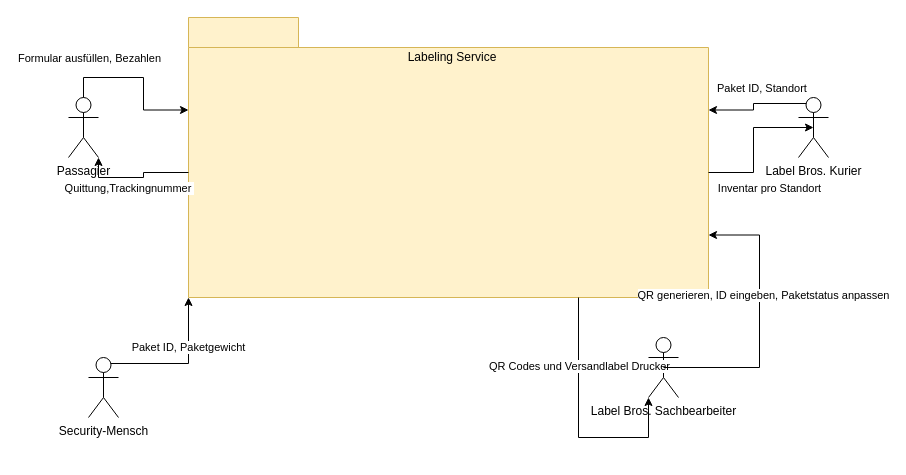
This is lb_system-diagramm.drawio from ferreric/ffhs_swem, a draw.io file, before an edit. Source tidied: cells renumbered, new cells numbered last; positions are measured from the earlier drawing's top-left corner, leaving out a move shared by most shapes. Both pictures are drawn from the tidied source at 100%, with x=0, y=0 at pixel (68, 17).
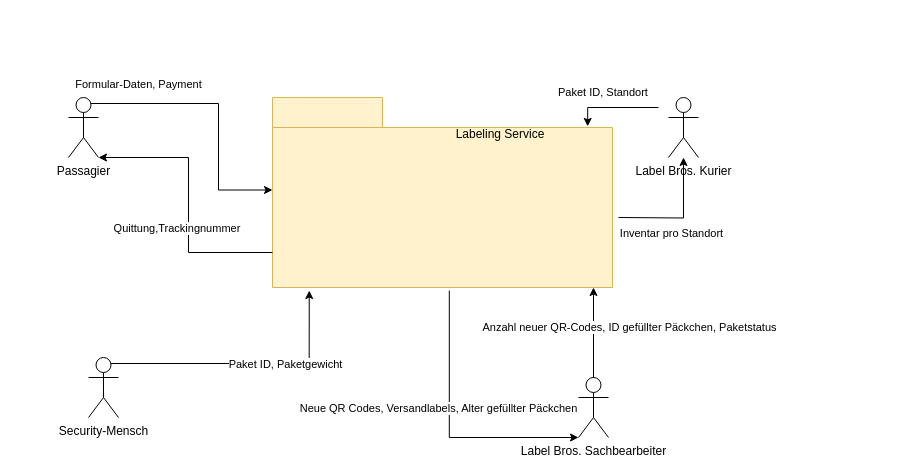
After the change.

Commit message:
lb_system-diagramm.drawio Pfeile verschönert

The change refers to these unchanged cells:
```xml
<mxCell id="4" value="Passagier" style="shape=umlActor;verticalLabelPosition=bottom;verticalAlign=top;html=1;" parent="1" vertex="1">
  <mxGeometry y="80" width="30" height="60" as="geometry" />
</mxCell>
<mxCell id="5" value="Security-Mensch" style="shape=umlActor;verticalLabelPosition=bottom;verticalAlign=top;html=1;" parent="1" vertex="1">
  <mxGeometry x="20" y="340" width="30" height="60" as="geometry" />
</mxCell>
```

The edit, as a diff of the source:
```diff
@@
     <mxCell id="2" style="shape=folder;fontStyle=1;tabWidth=110;tabHeight=30;tabPosition=left;html=1;boundedLbl=1;labelInHeader=1;whiteSpace=wrap;fillColor=#fff2cc;strokeColor=#d6b656;" parent="1" vertex="1">
-      <mxGeometry x="120" width="520" height="280" as="geometry" />
+      <mxGeometry x="204" y="80" width="340" height="190" as="geometry" />
     </mxCell>
     <mxCell id="3" value="Labeling Service" style="html=1;strokeColor=none;fillColor=none;whiteSpace=wrap;" parent="2" vertex="1">
-      <mxGeometry width="208" height="20" relative="1" as="geometry">
+      <mxGeometry width="136" height="13.57" relative="1" as="geometry">
         <mxPoint x="160" y="30" as="offset" />
       </mxGeometry>
     </mxCell>
@@
     <mxCell id="6" value="Label Bros. Kurier&lt;br&gt;" style="shape=umlActor;verticalLabelPosition=bottom;verticalAlign=top;html=1;" parent="1" vertex="1">
-      <mxGeometry x="730" y="80" width="30" height="60" as="geometry" />
+      <mxGeometry x="600" y="80" width="30" height="60" as="geometry" />
     </mxCell>
     <mxCell id="7" value="Label Bros. Sachbearbeiter&lt;br&gt;" style="shape=umlActor;verticalLabelPosition=bottom;verticalAlign=top;html=1;" parent="1" vertex="1">
-      <mxGeometry x="580" y="320" width="30" height="60" as="geometry" />
+      <mxGeometry x="510" y="360" width="30" height="60" as="geometry" />
     </mxCell>
-    <mxCell id="8" style="edgeStyle=orthogonalEdgeStyle;rounded=0;jettySize=auto;html=1;exitX=0.75;exitY=0.1;exitDx=0;exitDy=0;exitPerimeter=0;entryX=0;entryY=0;entryDx=0;entryDy=280;entryPerimeter=0;" parent="1" edge="1" source="5" target="2">
+    <mxCell id="8" style="edgeStyle=orthogonalEdgeStyle;rounded=0;jettySize=auto;html=1;exitX=0.75;exitY=0.1;exitDx=0;exitDy=0;exitPerimeter=0;entryX=0.108;entryY=1.016;entryDx=0;entryDy=0;entryPerimeter=0;" parent="1" edge="1" source="5" target="2">
       <mxGeometry relative="1" as="geometry" />
     </mxCell>
@@
-    <mxCell id="10" style="edgeStyle=orthogonalEdgeStyle;rounded=0;jettySize=auto;html=1;exitX=0.5;exitY=0;exitDx=0;exitDy=0;exitPerimeter=0;entryX=0;entryY=0;entryDx=0;entryDy=92.5;entryPerimeter=0;" parent="1" edge="1" source="4" target="2">
-      <mxGeometry relative="1" as="geometry" />
+    <mxCell id="10" style="edgeStyle=orthogonalEdgeStyle;rounded=0;jettySize=auto;html=1;exitX=0.75;exitY=0.1;exitDx=0;exitDy=0;exitPerimeter=0;entryX=0;entryY=0;entryDx=0;entryDy=92.5;entryPerimeter=0;" parent="1" edge="1" source="4" target="2">
+      <mxGeometry relative="1" as="geometry">
+        <Array as="points">
+          <mxPoint x="150" y="86" />
+          <mxPoint x="150" y="172" />
+        </Array>
+      </mxGeometry>
     </mxCell>
-    <mxCell id="11" value="Formular ausfüllen, Bezahlen" style="edgeLabel;html=1;align=center;verticalAlign=middle;" parent="10" vertex="1">
+    <mxCell id="11" value="Formular-Daten, Payment" style="edgeLabel;html=1;align=center;verticalAlign=middle;" parent="10" vertex="1">
       <mxGeometry x="-0.6" y="-2" relative="1" as="geometry">
         <mxPoint x="-7" y="-22" as="offset" />
       </mxGeometry>
     </mxCell>
     <mxCell id="12" style="edgeStyle=orthogonalEdgeStyle;rounded=0;jettySize=auto;html=1;exitX=0;exitY=0;exitDx=0;exitDy=155;exitPerimeter=0;entryX=1;entryY=1;entryDx=0;entryDy=0;entryPerimeter=0;" parent="1" edge="1" source="2" target="4">
-      <mxGeometry relative="1" as="geometry" />
+      <mxGeometry relative="1" as="geometry">
+        <Array as="points">
+          <mxPoint x="120" y="140" />
+        </Array>
+      </mxGeometry>
     </mxCell>
@@
-    <mxCell id="14" style="edgeStyle=orthogonalEdgeStyle;rounded=0;jettySize=auto;html=1;exitX=0.25;exitY=0.1;exitDx=0;exitDy=0;exitPerimeter=0;entryX=0;entryY=0;entryDx=520;entryDy=92.5;entryPerimeter=0;" parent="1" edge="1" source="6" target="2">
-      <mxGeometry relative="1" as="geometry" />
+    <mxCell id="14" style="edgeStyle=orthogonalEdgeStyle;rounded=0;jettySize=auto;html=1;entryX=0.927;entryY=0.152;entryDx=0;entryDy=0;entryPerimeter=0;" parent="1" edge="1" target="2">
+      <mxGeometry relative="1" as="geometry">
+        <mxPoint x="590" y="90" as="sourcePoint" />
+        <Array as="points">
+          <mxPoint x="519" y="90" />
+        </Array>
+      </mxGeometry>
     </mxCell>
     <mxCell id="15" value="Paket ID, Standort&amp;nbsp;" style="edgeLabel;html=1;align=center;verticalAlign=middle;" parent="14" vertex="1">
       <mxGeometry x="-0.18" y="-3" relative="1" as="geometry">
-        <mxPoint y="-13" as="offset" />
+        <mxPoint x="-18" y="-13" as="offset" />
       </mxGeometry>
     </mxCell>
-    <mxCell id="16" style="edgeStyle=orthogonalEdgeStyle;rounded=0;jettySize=auto;html=1;exitX=0;exitY=0;exitDx=520;exitDy=155;exitPerimeter=0;entryX=0.5;entryY=0.5;entryDx=0;entryDy=0;entryPerimeter=0;" parent="1" edge="1" source="2" target="6">
-      <mxGeometry relative="1" as="geometry" />
+    <mxCell id="16" style="edgeStyle=orthogonalEdgeStyle;rounded=0;jettySize=auto;html=1;" parent="1" edge="1" target="6">
+      <mxGeometry relative="1" as="geometry">
+        <mxPoint x="550" y="200" as="sourcePoint" />
+      </mxGeometry>
     </mxCell>
@@
-    <mxCell id="18" style="edgeStyle=orthogonalEdgeStyle;rounded=0;jettySize=auto;html=1;exitX=0.75;exitY=1;exitDx=0;exitDy=0;exitPerimeter=0;entryX=0;entryY=1;entryDx=0;entryDy=0;entryPerimeter=0;" parent="1" edge="1" source="2" target="7">
+    <mxCell id="18" style="edgeStyle=orthogonalEdgeStyle;rounded=0;jettySize=auto;html=1;exitX=0.52;exitY=1.016;exitDx=0;exitDy=0;exitPerimeter=0;entryX=0;entryY=1;entryDx=0;entryDy=0;entryPerimeter=0;" parent="1" edge="1" source="2" target="7">
       <mxGeometry relative="1" as="geometry">
         <Array as="points">
-          <mxPoint x="510" y="420" />
-          <mxPoint x="580" y="420" />
+          <mxPoint x="381" y="420" />
         </Array>
       </mxGeometry>
     </mxCell>
-    <mxCell id="19" value="QR Codes und Versandlabel Drucker" style="edgeLabel;html=1;align=center;verticalAlign=middle;" parent="18" vertex="1">
-      <mxGeometry x="-0.46" relative="1" as="geometry" />
+    <mxCell id="19" value="Neue QR Codes, Versandlabels, Alter gefüllter Päckchen" style="edgeLabel;html=1;align=center;verticalAlign=middle;" parent="18" vertex="1">
+      <mxGeometry x="-0.46" relative="1" as="geometry">
+        <mxPoint x="-11" y="42" as="offset" />
+      </mxGeometry>
     </mxCell>
-    <mxCell id="20" style="edgeStyle=orthogonalEdgeStyle;rounded=0;jettySize=auto;html=1;exitX=0.5;exitY=0.5;exitDx=0;exitDy=0;exitPerimeter=0;entryX=0;entryY=0;entryDx=520;entryDy=217.5;entryPerimeter=0;" parent="1" edge="1" source="7" target="2">
+    <mxCell id="20" style="edgeStyle=orthogonalEdgeStyle;rounded=0;jettySize=auto;html=1;exitX=0.5;exitY=0;exitDx=0;exitDy=0;exitPerimeter=0;" parent="1" edge="1" source="7">
       <mxGeometry relative="1" as="geometry">
-        <Array as="points">
-          <mxPoint x="691" y="350" />
-          <mxPoint x="691" y="218" />
-        </Array>
+        <mxPoint x="525" y="270" as="targetPoint" />
       </mxGeometry>
     </mxCell>
-    <mxCell id="21" value="QR generieren, ID eingeben, Paketstatus anpassen" style="edgeLabel;html=1;align=center;verticalAlign=middle;" parent="20" vertex="1">
-      <mxGeometry x="0.21" y="-3" relative="1" as="geometry" />
+    <mxCell id="21" value="Anzahl neuer QR-Codes, ID gefüllter Päckchen, Paketstatus" style="edgeLabel;html=1;align=center;verticalAlign=middle;" parent="20" vertex="1">
+      <mxGeometry x="0.21" y="-3" relative="1" as="geometry">
+        <mxPoint x="32" y="4" as="offset" />
+      </mxGeometry>
     </mxCell>
```
